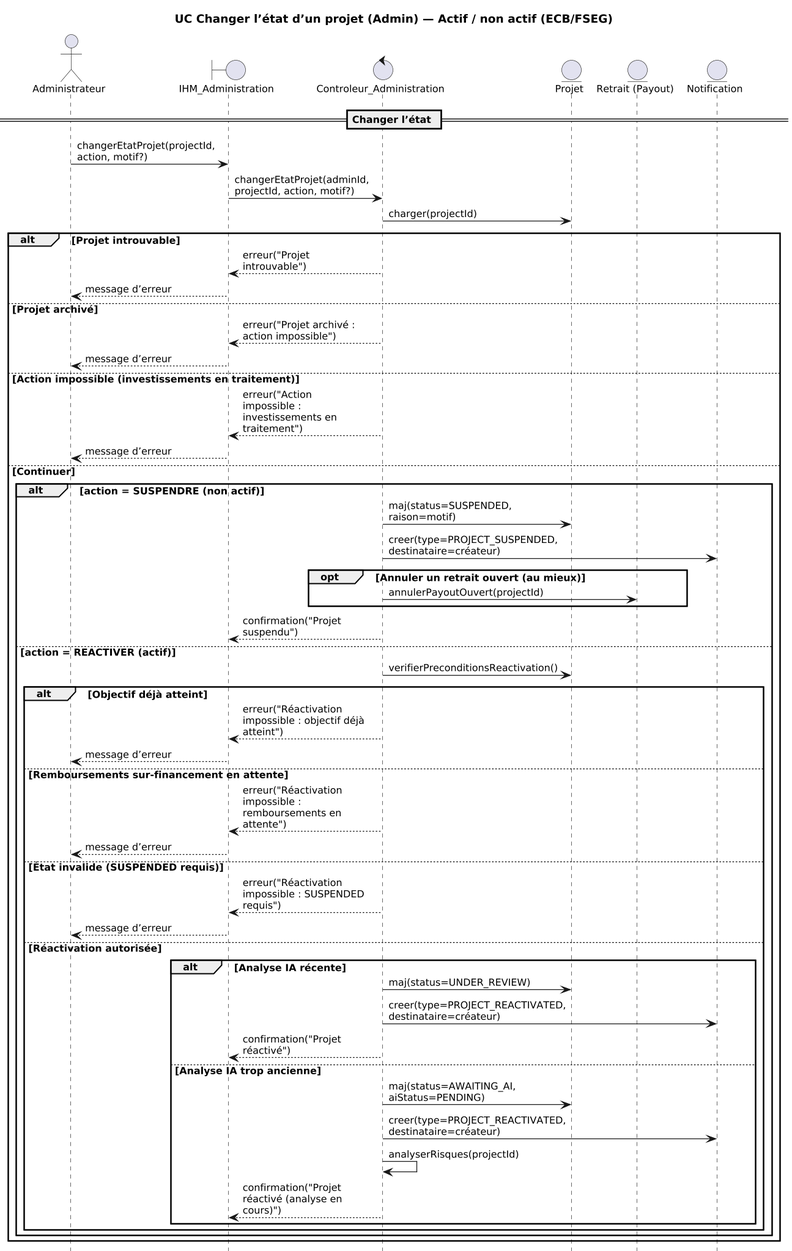
The PlantUML diagram rapport/images/sequence_diagram/suspendre_reactiver_projet.png in Gdoura44/crowdfunding, before a commit.
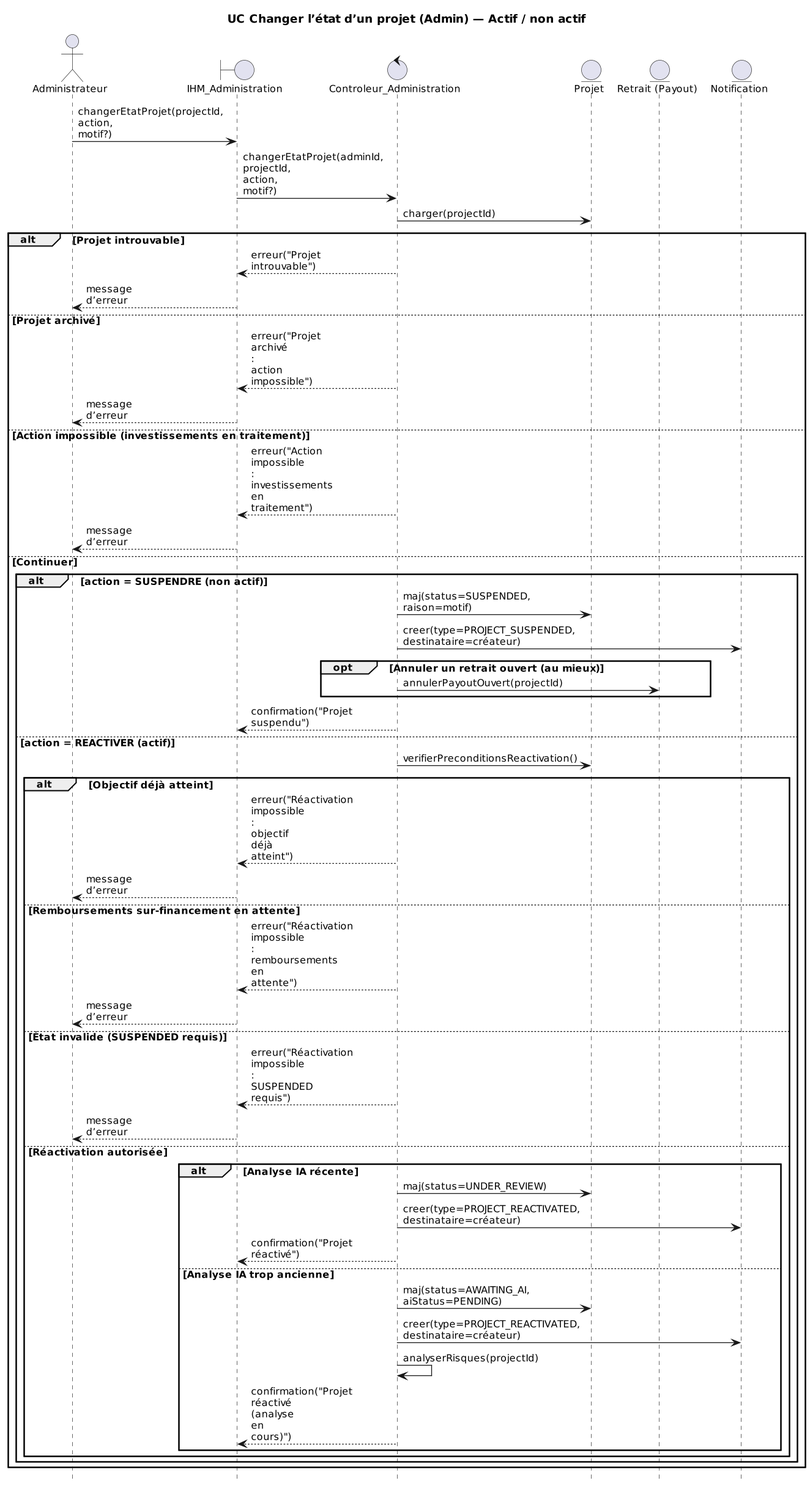
After the change.

What changed in the source:
```diff
@@ -10,7 +10,7 @@
 skinparam dpi 150
 scale 0.85
 
-title UC Changer l’état d’un projet (Admin) — Actif / non actif (ECB/FSEG)
+title UC Changer l’état d’un projet (Admin) — Actif / non actif
 
 actor "Administrateur" as A
 boundary "IHM_Administration" as IHM
@@ -19,7 +19,6 @@
 entity "Retrait (Payout)" as R
 entity "Notification" as N
 
-== Changer l’état ==
 A -> IHM : changerEtatProjet(projectId, action, motif?)
 IHM -> CA : changerEtatProjet(adminId, projectId, action, motif?)
 
```
